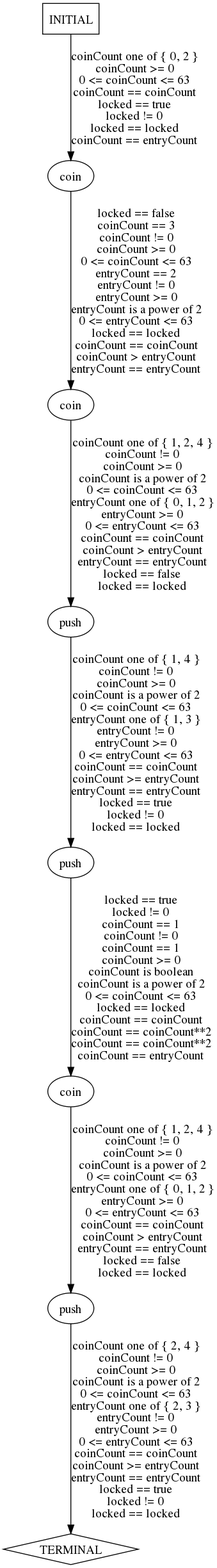
Above: traces/abstract/turnstile-example/predicted-paths/turnstile-example-test11.dot.png in ModelInference/synoptic (Graphviz), before the change. Its source is kept beside it as traces/abstract/turnstile-example/predicted-paths/turnstile-example-test11.dot. The source it was exported from:
```dot
digraph {
  0 [label="coin"];
  1 [label="coin"];
  2 [label="coin"];
  3 [label="push"];
  4 [label="push"];
  5 [label="push"];
  6 [label="TERMINAL",shape=diamond];
  7 [label="INITIAL",shape=box];
0->1 [label="locked == false\ncoinCount == 3\ncoinCount != 0\ncoinCount >= 0\n0 <= coinCount <= 63\nentryCount == 2\nentryCount != 0\nentryCount >= 0\nentryCount is a power of 2\n0 <= entryCount <= 63\nlocked == locked\ncoinCount == coinCount\ncoinCount > entryCount\nentryCount == entryCount",];
1->3 [label="coinCount one of { 1, 2, 4 }\ncoinCount != 0\ncoinCount >= 0\ncoinCount is a power of 2\n0 <= coinCount <= 63\nentryCount one of { 0, 1, 2 }\nentryCount >= 0\n0 <= entryCount <= 63\ncoinCount == coinCount\ncoinCount > entryCount\nentryCount == entryCount\nlocked == false\nlocked == locked",];
2->5 [label="coinCount one of { 1, 2, 4 }\ncoinCount != 0\ncoinCount >= 0\ncoinCount is a power of 2\n0 <= coinCount <= 63\nentryCount one of { 0, 1, 2 }\nentryCount >= 0\n0 <= entryCount <= 63\ncoinCount == coinCount\ncoinCount > entryCount\nentryCount == entryCount\nlocked == false\nlocked == locked",];
3->4 [label="coinCount one of { 1, 4 }\ncoinCount != 0\ncoinCount >= 0\ncoinCount is a power of 2\n0 <= coinCount <= 63\nentryCount one of { 1, 3 }\nentryCount != 0\nentryCount >= 0\n0 <= entryCount <= 63\ncoinCount == coinCount\ncoinCount >= entryCount\nentryCount == entryCount\nlocked == true\nlocked != 0\nlocked == locked",];
4->2 [label="locked == true\nlocked != 0\ncoinCount == 1\ncoinCount != 0\ncoinCount == 1\ncoinCount >= 0\ncoinCount is boolean\ncoinCount is a power of 2\n0 <= coinCount <= 63\nlocked == locked\ncoinCount == coinCount\ncoinCount == coinCount**2\ncoinCount == coinCount**2\ncoinCount == entryCount",];
5->6 [label="coinCount one of { 2, 4 }\ncoinCount != 0\ncoinCount >= 0\ncoinCount is a power of 2\n0 <= coinCount <= 63\nentryCount one of { 2, 3 }\nentryCount != 0\nentryCount >= 0\n0 <= entryCount <= 63\ncoinCount == coinCount\ncoinCount >= entryCount\nentryCount == entryCount\nlocked == true\nlocked != 0\nlocked == locked",];
7->0 [label="coinCount one of { 0, 2 }\ncoinCount >= 0\n0 <= coinCount <= 63\ncoinCount == coinCount\nlocked == true\nlocked != 0\nlocked == locked\ncoinCount == entryCount",];
} // digraph {
```
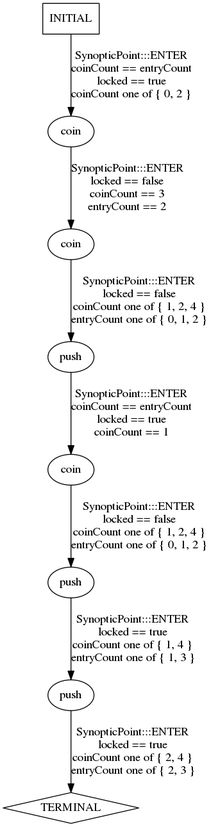
Above is the later version.

Diff of the diagram source:
```diff
@@ -7,11 +7,11 @@
   5 [label="push"];
   6 [label="TERMINAL",shape=diamond];
   7 [label="INITIAL",shape=box];
-0->1 [label="locked == false\ncoinCount == 3\ncoinCount != 0\ncoinCount >= 0\n0 <= coinCount <= 63\nentryCount == 2\nentryCount != 0\nentryCount >= 0\nentryCount is a power of 2\n0 <= entryCount <= 63\nlocked == locked\ncoinCount == coinCount\ncoinCount > entryCount\nentryCount == entryCount",];
-1->3 [label="coinCount one of { 1, 2, 4 }\ncoinCount != 0\ncoinCount >= 0\ncoinCount is a power of 2\n0 <= coinCount <= 63\nentryCount one of { 0, 1, 2 }\nentryCount >= 0\n0 <= entryCount <= 63\ncoinCount == coinCount\ncoinCount > entryCount\nentryCount == entryCount\nlocked == false\nlocked == locked",];
-2->5 [label="coinCount one of { 1, 2, 4 }\ncoinCount != 0\ncoinCount >= 0\ncoinCount is a power of 2\n0 <= coinCount <= 63\nentryCount one of { 0, 1, 2 }\nentryCount >= 0\n0 <= entryCount <= 63\ncoinCount == coinCount\ncoinCount > entryCount\nentryCount == entryCount\nlocked == false\nlocked == locked",];
-3->4 [label="coinCount one of { 1, 4 }\ncoinCount != 0\ncoinCount >= 0\ncoinCount is a power of 2\n0 <= coinCount <= 63\nentryCount one of { 1, 3 }\nentryCount != 0\nentryCount >= 0\n0 <= entryCount <= 63\ncoinCount == coinCount\ncoinCount >= entryCount\nentryCount == entryCount\nlocked == true\nlocked != 0\nlocked == locked",];
-4->2 [label="locked == true\nlocked != 0\ncoinCount == 1\ncoinCount != 0\ncoinCount == 1\ncoinCount >= 0\ncoinCount is boolean\ncoinCount is a power of 2\n0 <= coinCount <= 63\nlocked == locked\ncoinCount == coinCount\ncoinCount == coinCount**2\ncoinCount == coinCount**2\ncoinCount == entryCount",];
-5->6 [label="coinCount one of { 2, 4 }\ncoinCount != 0\ncoinCount >= 0\ncoinCount is a power of 2\n0 <= coinCount <= 63\nentryCount one of { 2, 3 }\nentryCount != 0\nentryCount >= 0\n0 <= entryCount <= 63\ncoinCount == coinCount\ncoinCount >= entryCount\nentryCount == entryCount\nlocked == true\nlocked != 0\nlocked == locked",];
-7->0 [label="coinCount one of { 0, 2 }\ncoinCount >= 0\n0 <= coinCount <= 63\ncoinCount == coinCount\nlocked == true\nlocked != 0\nlocked == locked\ncoinCount == entryCount",];
+0->1 [label="SynopticPoint:::ENTER\nlocked == false\ncoinCount == 3\nentryCount == 2\n",];
+1->3 [label="SynopticPoint:::ENTER\nlocked == false\ncoinCount one of { 1, 2, 4 }\nentryCount one of { 0, 1, 2 }\n",];
+2->4 [label="SynopticPoint:::ENTER\nlocked == false\ncoinCount one of { 1, 2, 4 }\nentryCount one of { 0, 1, 2 }\n",];
+3->2 [label="SynopticPoint:::ENTER\ncoinCount == entryCount\nlocked == true\ncoinCount == 1\n",];
+4->5 [label="SynopticPoint:::ENTER\nlocked == true\ncoinCount one of { 1, 4 }\nentryCount one of { 1, 3 }\n",];
+5->6 [label="SynopticPoint:::ENTER\nlocked == true\ncoinCount one of { 2, 4 }\nentryCount one of { 2, 3 }\n",];
+7->0 [label="SynopticPoint:::ENTER\ncoinCount == entryCount\nlocked == true\ncoinCount one of { 0, 2 }\n",];
 } // digraph {
```
